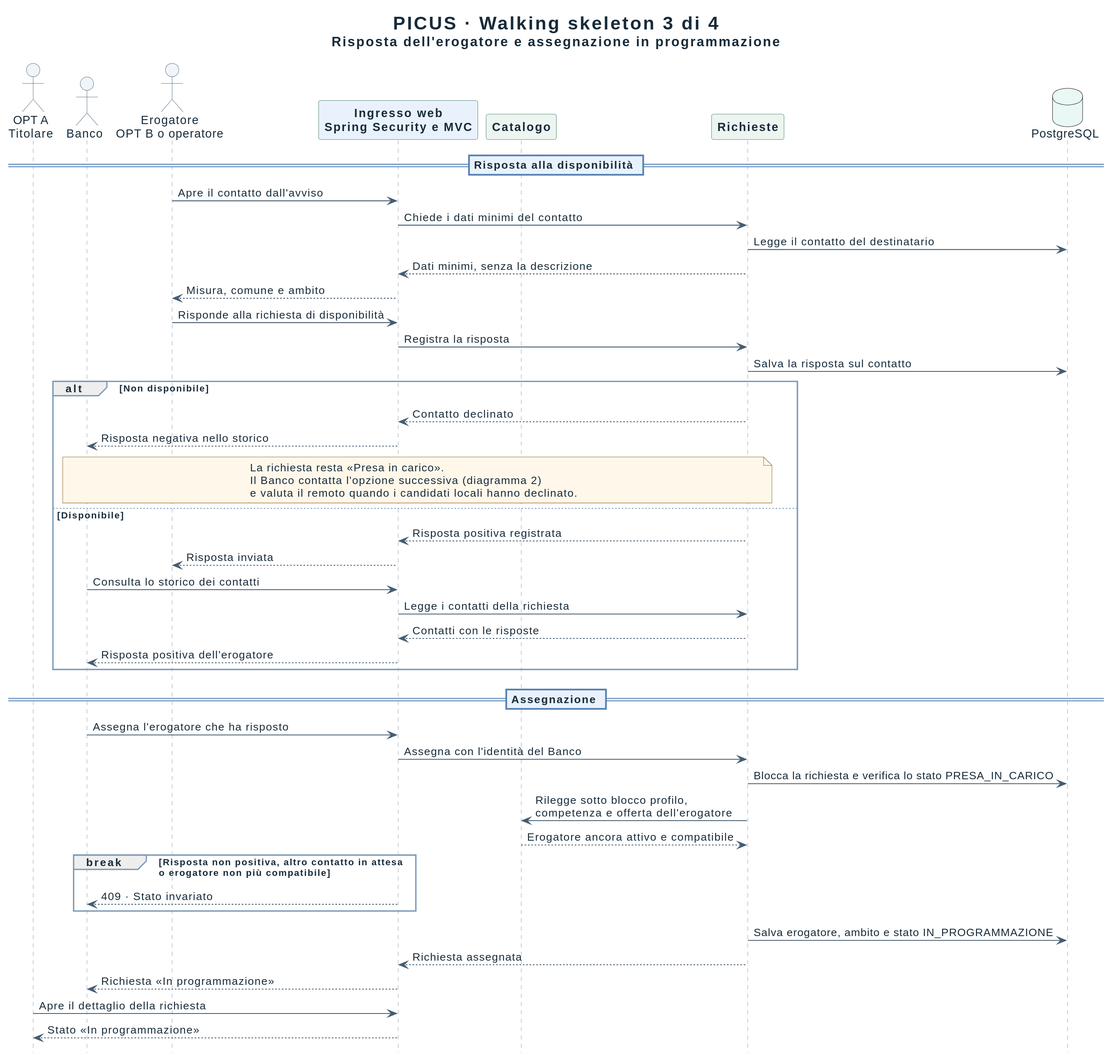
Above: docs/architecture/diagrams/PICUS-Walking-Skeleton-3-Assegnazione.svg in Pinguini-alla-Fragola/Progetto-SAD (PlantUML), before the change.
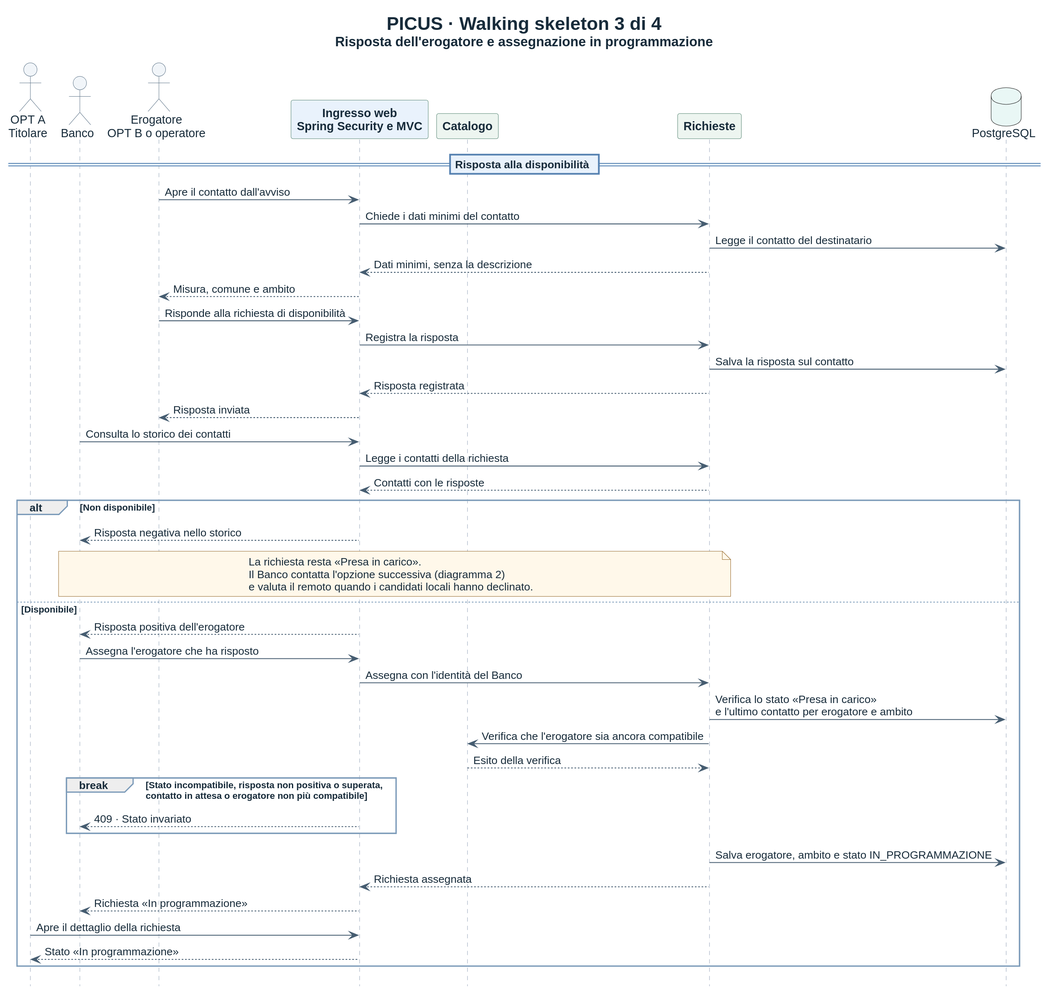
Later version of the same file.

Commit message:
docs(architecture): allinea il walking skeleton dopo la review

The edit, as a diff of the source:
```diff
@@ -20,8 +20,12 @@
 Erogatore -> Web: Risponde alla richiesta di disponibilità
 Web -> Richieste: Registra la risposta
 Richieste -> Db: Salva la risposta sul contatto
+Richieste --> Web: Risposta registrata
+Web --> Erogatore: Risposta inviata
+Banco -> Web: Consulta lo storico dei contatti
+Web -> Richieste: Legge i contatti della richiesta
+Richieste --> Web: Contatti con le risposte
 alt Non disponibile
-  Richieste --> Web: Contatto declinato
   Web --> Banco: Risposta negativa nello storico
   note over Banco, Richieste
     La richiesta resta «Presa in carico».
@@ -29,26 +33,19 @@
     e valuta il remoto quando i candidati locali hanno declinato.
   end note
 else Disponibile
-  Richieste --> Web: Risposta positiva registrata
-  Web --> Erogatore: Risposta inviata
-  Banco -> Web: Consulta lo storico dei contatti
-  Web -> Richieste: Legge i contatti della richiesta
-  Richieste --> Web: Contatti con le risposte
   Web --> Banco: Risposta positiva dell'erogatore
+  Banco -> Web: Assegna l'erogatore che ha risposto
+  Web -> Richieste: Assegna con l'identità del Banco
+  Richieste -> Db: Verifica lo stato «Presa in carico»\ne l'ultimo contatto per erogatore e ambito
+  Richieste -> Catalogo: Verifica che l'erogatore sia ancora compatibile
+  Catalogo --> Richieste: Esito della verifica
+  break Stato incompatibile, risposta non positiva o superata,\ncontatto in attesa o erogatore non più compatibile
+    Web --> Banco: 409 · Stato invariato
+  end
+  Richieste -> Db: Salva erogatore, ambito e stato IN_PROGRAMMAZIONE
+  Richieste --> Web: Richiesta assegnata
+  Web --> Banco: Richiesta «In programmazione»
+  Opt -> Web: Apre il dettaglio della richiesta
+  Web --> Opt: Stato «In programmazione»
 end
-
-== Assegnazione ==
-Banco -> Web: Assegna l'erogatore che ha risposto
-Web -> Richieste: Assegna con l'identità del Banco
-Richieste -> Db: Blocca la richiesta e verifica lo stato PRESA_IN_CARICO
-Richieste -> Catalogo: Rilegge sotto blocco profilo,\ncompetenza e offerta dell'erogatore
-Catalogo --> Richieste: Erogatore ancora attivo e compatibile
-break Risposta non positiva, altro contatto in attesa\no erogatore non più compatibile
-  Web --> Banco: 409 · Stato invariato
-end
-Richieste -> Db: Salva erogatore, ambito e stato IN_PROGRAMMAZIONE
-Richieste --> Web: Richiesta assegnata
-Web --> Banco: Richiesta «In programmazione»
-Opt -> Web: Apre il dettaglio della richiesta
-Web --> Opt: Stato «In programmazione»
 @enduml
```
